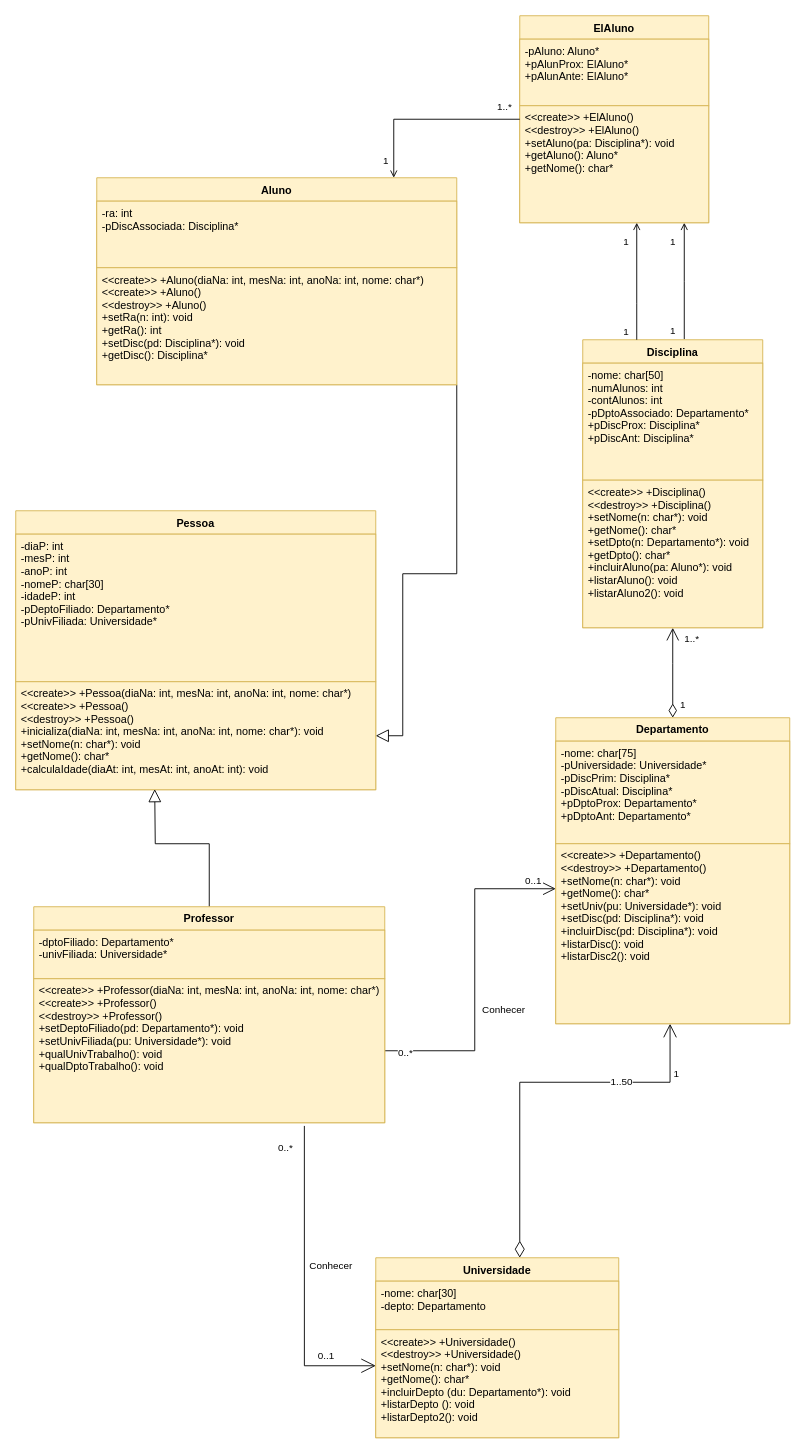
Earlier version of the draw.io diagram uml/sistema_academico.drawio (daniapc/tecprog-sistema-academico). Source tidied: cells renumbered, new cells numbered last; positions are measured from the earlier drawing's top-left corner, leaving out a move shared by most shapes. Both pictures are drawn from the tidied source at 90%, with x=0, y=0 at pixel (15, 15).
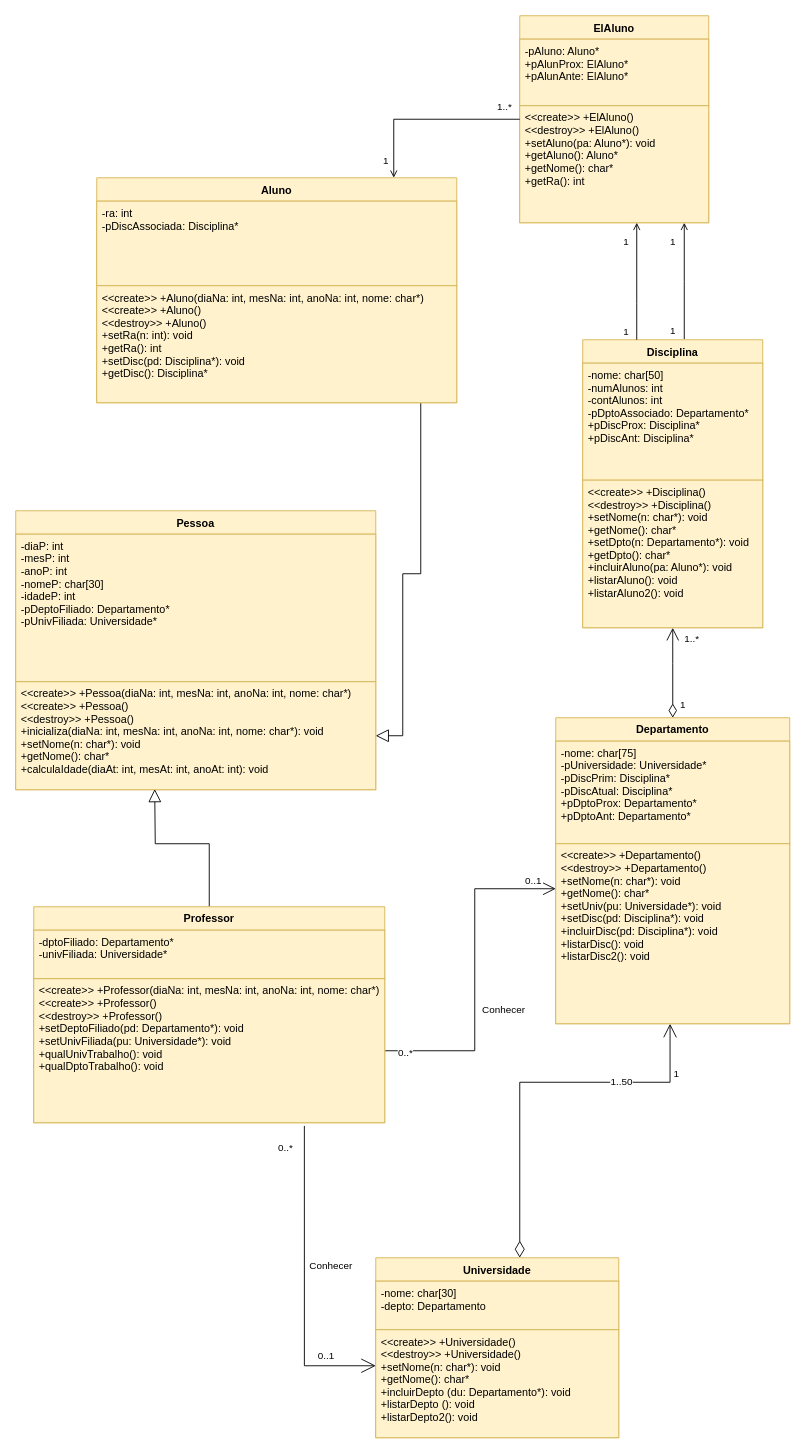
The same page after the edit.

Unchanged cells that the change refers to:
```xml
<mxCell id="4" value="&lt;&lt;create&gt;&gt; +Pessoa(diaNa: int, mesNa: int, anoNa: int, nome: char*)&#10;&lt;&lt;create&gt;&gt; +Pessoa()&#10;&lt;&lt;destroy&gt;&gt; +Pessoa()&#10;+inicializa(diaNa: int, mesNa: int, anoNa: int, nome: char*): void&#10;+setNome(n: char*): void&#10;+getNome(): char*&#10;+calculaIdade(diaAt: int, mesAt: int, anoAt: int): void&#10;&#10;" style="text;strokeColor=#d6b656;fillColor=#fff2cc;align=left;verticalAlign=top;spacingLeft=4;spacingRight=4;overflow=hidden;points=[[0,0.5],[1,0.5]];portConstraint=eastwest;" parent="2" vertex="1">
  <mxGeometry y="190" width="400" height="120" as="geometry" />
</mxCell>
<mxCell id="39" value="ElAluno" style="swimlane;fontStyle=1;align=center;verticalAlign=top;horizontal=1;startSize=26;rounded=0;fillColor=#fff2cc;strokeColor=#d6b656;" parent="1" vertex="1">
  <mxGeometry x="560" width="210" height="230" as="geometry" />
</mxCell>
```

What changed in the source:
```diff
@@
     <mxCell id="29" style="edgeStyle=orthogonalEdgeStyle;rounded=0;jettySize=auto;html=1;endArrow=block;endFill=0;endSize=12;" parent="1" edge="1" source="33" target="4">
       <mxGeometry relative="1" as="geometry">
         <Array as="points">
-          <mxPoint x="490" y="620" />
+          <mxPoint x="450" y="620" />
           <mxPoint x="430" y="620" />
           <mxPoint x="430" y="800" />
         </Array>
       </mxGeometry>
     </mxCell>
@@
     <mxCell id="33" value="Aluno" style="swimlane;fontStyle=1;align=center;verticalAlign=top;horizontal=1;startSize=26;rounded=0;fillColor=#fff2cc;strokeColor=#d6b656;" parent="1" vertex="1">
-      <mxGeometry x="90" y="180" width="400" height="230" as="geometry" />
+      <mxGeometry x="90" y="180" width="400" height="250" as="geometry" />
     </mxCell>
     <mxCell id="34" value="-ra: int&#10;-pDiscAssociada: Disciplina*&#10;" style="text;strokeColor=#d6b656;fillColor=#fff2cc;align=left;verticalAlign=top;spacingLeft=4;spacingRight=4;overflow=hidden;" parent="33" vertex="1">
-      <mxGeometry y="26" width="400" height="74" as="geometry" />
+      <mxGeometry y="26" width="400" height="94" as="geometry" />
     </mxCell>
     <mxCell id="35" value="&lt;&lt;create&gt;&gt; +Aluno(diaNa: int, mesNa: int, anoNa: int, nome: char*)&#10;&lt;&lt;create&gt;&gt; +Aluno()&#10;&lt;&lt;destroy&gt;&gt; +Aluno()&#10;+setRa(n: int): void&#10;+getRa(): int&#10;+setDisc(pd: Disciplina*): void&#10;+getDisc(): Disciplina*" style="text;strokeColor=#d6b656;fillColor=#fff2cc;align=left;verticalAlign=top;spacingLeft=4;spacingRight=4;overflow=hidden;" parent="33" vertex="1">
-      <mxGeometry y="100" width="400" height="130" as="geometry" />
+      <mxGeometry y="120" width="400" height="130" as="geometry" />
     </mxCell>
@@
-    <mxCell id="41" value="&lt;&lt;create&gt;&gt; +ElAluno()&#10;&lt;&lt;destroy&gt;&gt; +ElAluno()&#10;+setAluno(pa: Disciplina*): void&#10;+getAluno(): Aluno*&#10;+getNome(): char*" style="text;strokeColor=#d6b656;fillColor=#fff2cc;align=left;verticalAlign=top;spacingLeft=4;spacingRight=4;overflow=hidden;points=[[0,0.5],[1,0.5]];portConstraint=eastwest;" parent="39" vertex="1">
+    <mxCell id="41" value="&lt;&lt;create&gt;&gt; +ElAluno()&#10;&lt;&lt;destroy&gt;&gt; +ElAluno()&#10;+setAluno(pa: Aluno*): void&#10;+getAluno(): Aluno*&#10;+getNome(): char*&#10;+getRa(): int" style="text;strokeColor=#d6b656;fillColor=#fff2cc;align=left;verticalAlign=top;spacingLeft=4;spacingRight=4;overflow=hidden;points=[[0,0.5],[1,0.5]];portConstraint=eastwest;" parent="39" vertex="1">
       <mxGeometry y="100" width="210" height="130" as="geometry" />
     </mxCell>
```
